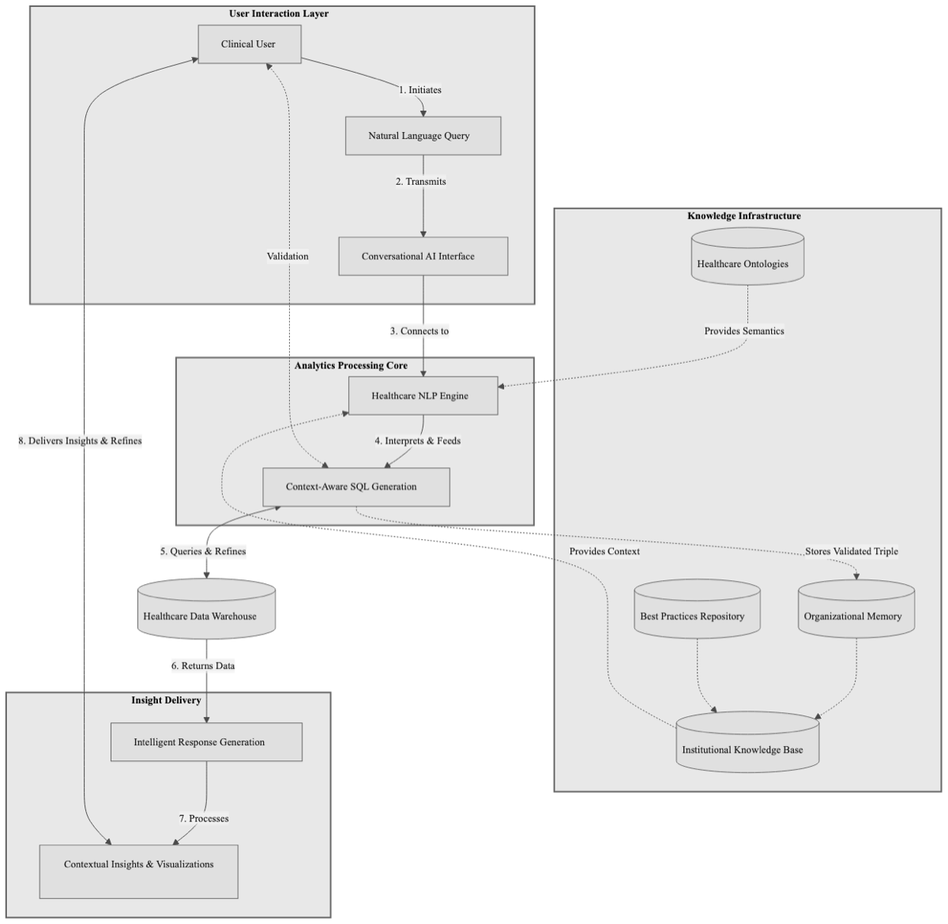
This is figures/architecture.mmd.png from stharrold/yuimedi-paper-20250901, a Mermaid export, as it was before one commit. Its source is kept beside it as figures/architecture.mmd.
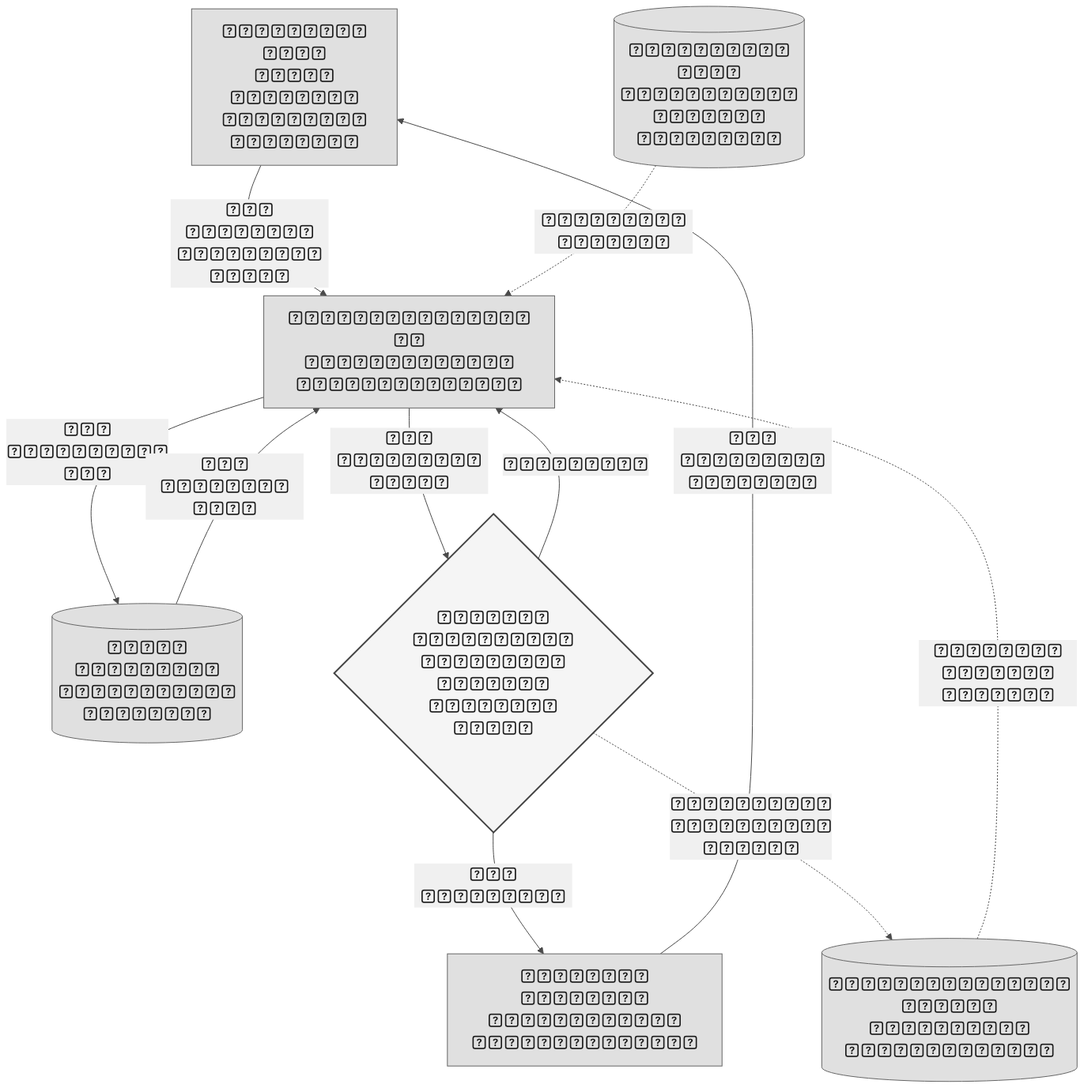
The same file after the commit.

The edit, as a diff of the source:
```diff
@@ -1,38 +1,25 @@
-%%{init: {'theme': 'base', 'flowchart': {'useMaxWidth': false, 'markdownAutoWrap': false}, 'themeVariables': { 'primaryColor': '#e0e0e0', 'primaryTextColor': '#1a1a1a', 'primaryBorderColor': '#666', 'lineColor': '#4a4a4a', 'secondaryColor': '#f0f0f0', 'tertiaryColor': '#fafafa', 'fontFamily': 'Arial, sans-serif', 'fontSize': '10pt'}}}%%
+%%{init: {'theme': 'base', 'flowchart': {'useMaxWidth': false, 'markdownAutoWrap': false, 'nodeSpacing': 40, 'rankSpacing': 50}, 'themeVariables': { 'primaryColor': '#e0e0e0', 'primaryTextColor': '#1a1a1a', 'primaryBorderColor': '#666', 'lineColor': '#4a4a4a', 'secondaryColor': '#f0f0f0', 'tertiaryColor': '#fafafa', 'fontFamily': 'Arial, sans-serif', 'fontSize': '14pt'}}}%%
 flowchart TD
 
-    subgraph UI["<b>User Interaction Layer</b>"]
-        A["Clinical User"] -->|"1. Initiates"| B["Natural Language Query"]
-        B -->|"2. Transmits"| C["Conversational AI Interface"]
-    end
+    A["<b>Clinical User</b><br/>Asks natural language question"]
+    B["<b>Conversational AI</b><br/>NLP Engine + SQL Generation"]
+    C[("<b>Data Warehouse</b><br/>Healthcare Database")]
+    D{"<b>Expert Validation</b><br/>Confirms intent and SQL logic"}
+    E["<b>Insight Delivery</b><br/>Results and Visualizations"]
+    F[("<b>Organizational Memory</b><br/>Validated Query Triples")]
+    G[("<b>Knowledge Base</b><br/>Ontologies + Best Practices")]
 
-    subgraph Knowledge["<b>Knowledge Infrastructure</b>"]
-        D[("Organizational Memory")] -.-> G[("Institutional Knowledge Base")]
-        E[("Best Practices Repository")] -.-> G
-        F[("Healthcare Ontologies")]
-    end
+    A -->|"1. Natural language query"| B
+    B -->|"2. Generates SQL"| C
+    C -->|"3. Returns data"| B
+    B -->|"4. Explains logic"| D
+    D -->|"5. Confirmed"| E
+    D -->|"Incorrect"| B
+    E -->|"6. Delivers insights"| A
 
-    subgraph Engine["<b>Analytics Processing Core</b>"]
-        H["Healthcare NLP Engine"] -->|"4. Interprets & Feeds"| I["Context-Aware SQL Generation"]
-    end
+    D -.->|"7. Stores validated triple"| F
+    F -.->|"Informs future queries"| B
+    G -.->|"Provides context"| B
 
-    J[("Healthcare Data Warehouse")]
-
-    subgraph Output["<b>Insight Delivery</b>"]
-        K["Intelligent Response Generation"] -->|"7. Processes"| L["Contextual Insights & Visualizations"]
-    end
-
-    C -->|"3. Connects to"| H
-    I <-->|"5. Queries & Refines"| J
-    J -->|"6. Returns Data"| K
-    L <-->|"8. Delivers Insights & Refines"| A
-
-    I <.->|"Validation"| A
-
-    I -.->|"Stores Validated Triple"| D
-
-    G -.->|"Provides Context"| H
-    F -.->|"Provides Semantics"| H
-
-    classDef group fill:#e8e8e8,stroke:#666,stroke-width:2px
-    class UI,Knowledge,Engine,Output group
+    classDef decision fill:#f5f5f5,stroke:#444,stroke-width:2px
+    class D decision
```
